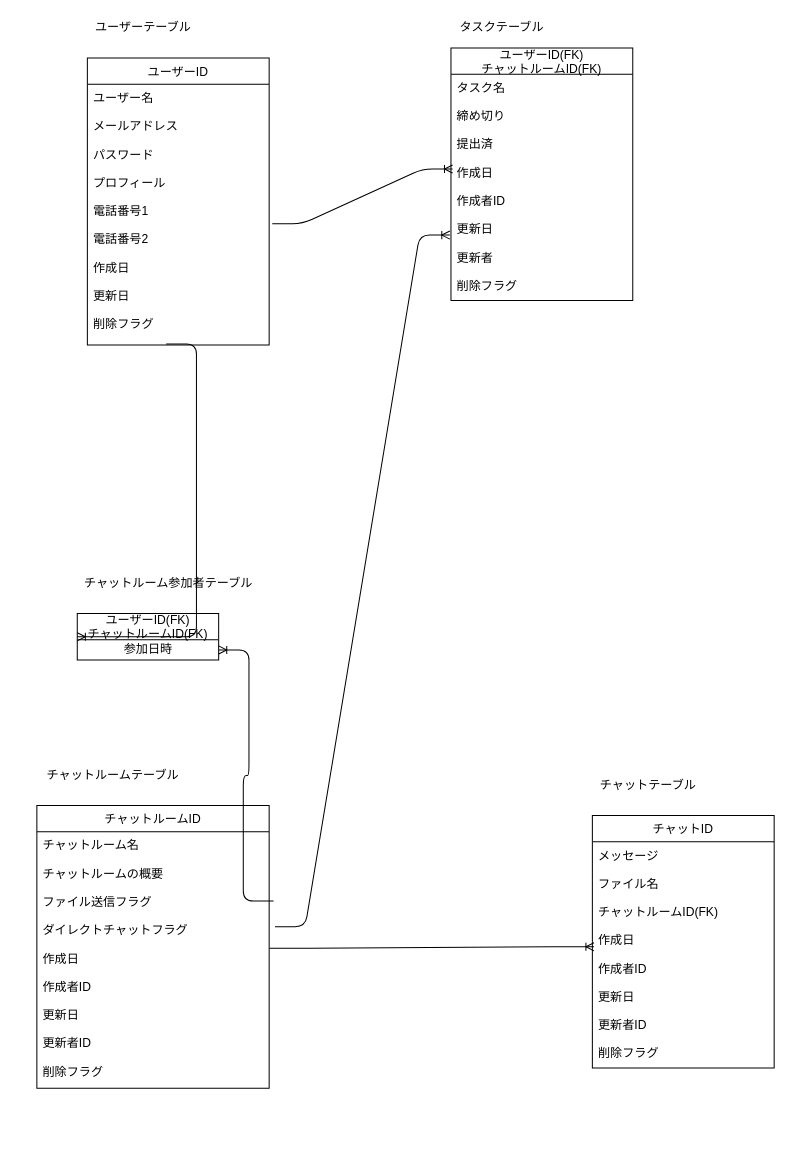
Earlier version of the draw.io diagram db/db-challenge1/challenge.dio (shootaa/quelcode-db). Source tidied: cells renumbered, new cells numbered last; positions are measured from the earlier drawing's top-left corner, leaving out a move shared by most shapes. Both pictures are drawn from the tidied source at 101%, with x=0, y=0 at pixel (36, 17).
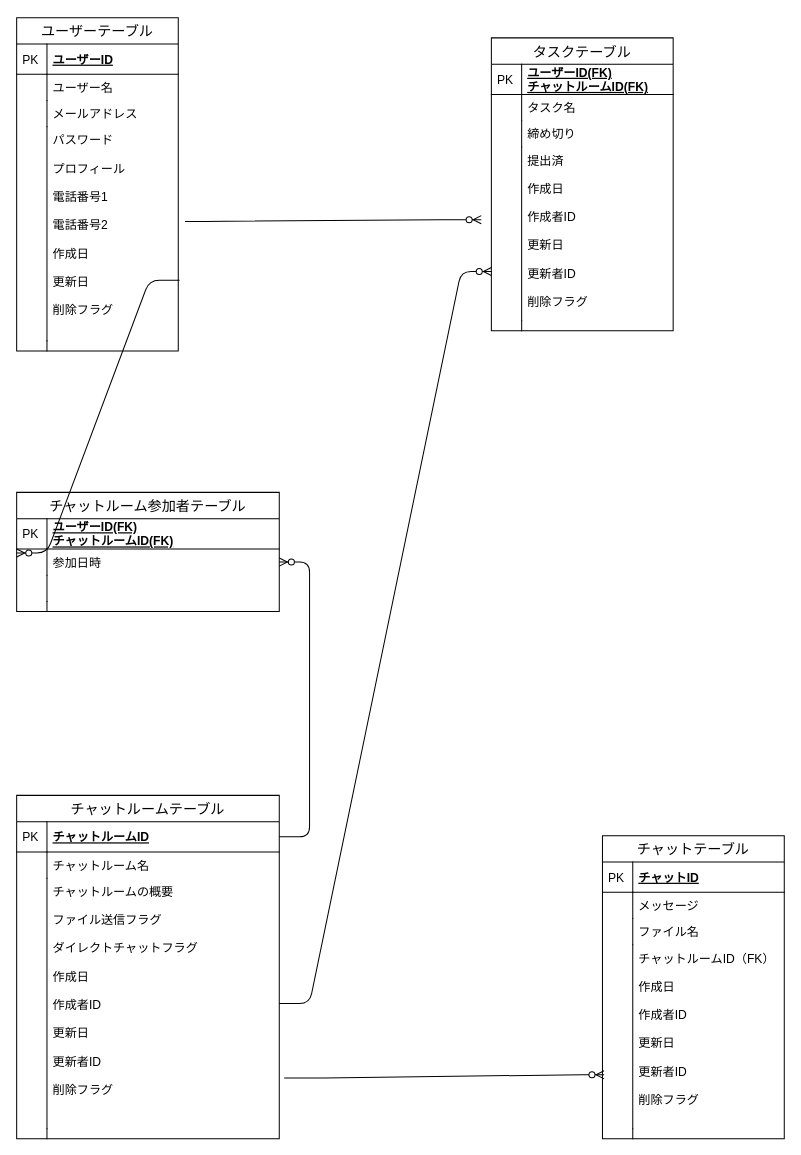
Above is the later version.

Diff of the diagram source:
```diff
@@
-    <mxCell id="2" value="ユーザーテーブル" style="text;html=1;align=center;verticalAlign=middle;" parent="1" vertex="1">
-      <mxGeometry x="50" width="110" height="20" as="geometry" />
+    <mxCell id="2" value="ユーザーテーブル" style="swimlane;fontStyle=0;horizontal=1;startSize=26;align=center;fontSize=14;" parent="1" vertex="1">
+      <mxGeometry x="-20" width="160" height="330" as="geometry" />
     </mxCell>
-    <mxCell id="3" value="ユーザーID" style="swimlane;fontStyle=0;horizontal=1;startSize=26;fillColor=none;" parent="1" vertex="1">
-      <mxGeometry x="50" y="40" width="180" height="284" as="geometry" />
+    <mxCell id="3" value="ユーザーID" style="shape=partialRectangle;top=0;left=0;right=0;bottom=1;align=left;verticalAlign=middle;fillColor=none;spacingLeft=34;spacingRight=4;overflow=hidden;fontStyle=5;fontSize=12;" parent="2" vertex="1">
+      <mxGeometry y="26" width="160" height="30" as="geometry" />
     </mxCell>
-    <mxCell id="4" value="ユーザー名&#10;&#10;メールアドレス&#10;&#10;パスワード&#10;&#10;プロフィール&#10;&#10;電話番号1&#10;&#10;電話番号2&#10;&#10;作成日&#10;&#10;更新日&#10;&#10;削除フラグ" style="text;strokeColor=none;fillColor=none;align=left;verticalAlign=top;spacingLeft=4;spacingRight=4;overflow=hidden;points=[[0,0.5],[1,0.5]];portConstraint=eastwest;" parent="3" vertex="1">
-      <mxGeometry y="26" width="180" height="258" as="geometry" />
-    </mxCell>
+    <mxCell id="22" value="PK" style="shape=partialRectangle;top=0;left=0;bottom=0;fillColor=none;align=left;verticalAlign=middle;spacingLeft=4;spacingRight=4;overflow=hidden;fontSize=12;" parent="3" vertex="1">
+      <mxGeometry width="30" height="30" as="geometry" />
+    </mxCell>
+    <mxCell id="23" value="ユーザー名&#10;" style="shape=partialRectangle;top=0;left=0;right=0;bottom=0;align=left;verticalAlign=top;fillColor=none;spacingLeft=34;spacingRight=4;overflow=hidden;fontSize=12;" parent="2" vertex="1">
+      <mxGeometry y="56" width="160" height="26" as="geometry" />
+    </mxCell>
+    <mxCell id="24" style="shape=partialRectangle;top=0;left=0;bottom=0;fillColor=none;align=left;verticalAlign=top;spacingLeft=4;spacingRight=4;overflow=hidden;fontSize=12;" parent="23" vertex="1">
+      <mxGeometry width="30" height="26" as="geometry" />
+    </mxCell>
+    <mxCell id="25" value="メールアドレス" style="shape=partialRectangle;top=0;left=0;right=0;bottom=0;align=left;verticalAlign=top;fillColor=none;spacingLeft=34;spacingRight=4;overflow=hidden;fontSize=12;" parent="2" vertex="1">
+      <mxGeometry y="82" width="160" height="26" as="geometry" />
+    </mxCell>
+    <mxCell id="26" style="shape=partialRectangle;top=0;left=0;bottom=0;fillColor=none;align=left;verticalAlign=top;spacingLeft=4;spacingRight=4;overflow=hidden;fontSize=12;" parent="25" vertex="1">
+      <mxGeometry width="30" height="26" as="geometry" />
+    </mxCell>
+    <mxCell id="27" value="パスワード&#10;&#10;プロフィール&#10;&#10;電話番号1&#10;&#10;電話番号2&#10;&#10;作成日&#10;&#10;更新日&#10;&#10;削除フラグ" style="shape=partialRectangle;top=0;left=0;right=0;bottom=0;align=left;verticalAlign=top;fillColor=none;spacingLeft=34;spacingRight=4;overflow=hidden;points=[[0,0.5],[1,0.5]];portConstraint=eastwest;fontSize=12;" parent="2" vertex="1">
+      <mxGeometry y="108" width="160" height="212" as="geometry" />
+    </mxCell>
+    <mxCell id="28" style="shape=partialRectangle;top=0;left=0;bottom=0;fillColor=none;align=left;verticalAlign=top;spacingLeft=4;spacingRight=4;overflow=hidden;fontSize=12;" parent="27" vertex="1">
+      <mxGeometry width="30" height="212" as="geometry" />
+    </mxCell>
+    <mxCell id="29" style="shape=partialRectangle;top=0;left=0;right=0;bottom=0;align=left;verticalAlign=top;fillColor=none;spacingLeft=34;spacingRight=4;overflow=hidden;fontSize=12;" parent="2" vertex="1">
+      <mxGeometry y="320" width="160" height="10" as="geometry" />
+    </mxCell>
+    <mxCell id="30" style="shape=partialRectangle;top=0;left=0;bottom=0;fillColor=none;align=left;verticalAlign=top;spacingLeft=4;spacingRight=4;overflow=hidden;fontSize=12;" parent="29" vertex="1">
+      <mxGeometry width="30" height="10" as="geometry" />
+    </mxCell>
-    <mxCell id="5" value="タスクテーブル" style="text;html=1;align=center;verticalAlign=middle;" parent="1" vertex="1">
-      <mxGeometry x="410" width="100" height="20" as="geometry" />
+    <mxCell id="5" value="タスクテーブル" style="swimlane;fontStyle=0;horizontal=1;startSize=26;align=center;fontSize=14;" parent="1" vertex="1">
+      <mxGeometry x="450" y="20" width="180" height="290" as="geometry" />
     </mxCell>
+    <mxCell id="31" value="ユーザーID(FK)&#10;チャットルームID(FK)" style="shape=partialRectangle;top=0;left=0;right=0;bottom=1;align=left;verticalAlign=middle;fillColor=none;spacingLeft=34;spacingRight=4;overflow=hidden;fontStyle=5;fontSize=12;" parent="5" vertex="1">
+      <mxGeometry y="26" width="180" height="30" as="geometry" />
+    </mxCell>
+    <mxCell id="32" value="PK" style="shape=partialRectangle;top=0;left=0;bottom=0;fillColor=none;align=left;verticalAlign=middle;spacingLeft=4;spacingRight=4;overflow=hidden;fontSize=12;" parent="31" vertex="1">
+      <mxGeometry width="30" height="30" as="geometry" />
+    </mxCell>
+    <mxCell id="33" value="タスク名&#10;&#10;" style="shape=partialRectangle;top=0;left=0;right=0;bottom=0;align=left;verticalAlign=top;fillColor=none;spacingLeft=34;spacingRight=4;overflow=hidden;fontSize=12;" parent="5" vertex="1">
+      <mxGeometry y="56" width="180" height="26" as="geometry" />
+    </mxCell>
+    <mxCell id="34" style="shape=partialRectangle;top=0;left=0;bottom=0;fillColor=none;align=left;verticalAlign=top;spacingLeft=4;spacingRight=4;overflow=hidden;fontSize=12;" parent="33" vertex="1">
+      <mxGeometry width="30" height="26" as="geometry" />
+    </mxCell>
+    <mxCell id="35" value="締め切り" style="shape=partialRectangle;top=0;left=0;right=0;bottom=0;align=left;verticalAlign=top;fillColor=none;spacingLeft=34;spacingRight=4;overflow=hidden;fontSize=12;" parent="5" vertex="1">
+      <mxGeometry y="82" width="180" height="26" as="geometry" />
+    </mxCell>
+    <mxCell id="36" style="shape=partialRectangle;top=0;left=0;bottom=0;fillColor=none;align=left;verticalAlign=top;spacingLeft=4;spacingRight=4;overflow=hidden;fontSize=12;" parent="35" vertex="1">
+      <mxGeometry width="30" height="26" as="geometry" />
+    </mxCell>
+    <mxCell id="37" value="提出済&#10;&#10;作成日&#10;&#10;作成者ID&#10;&#10;更新日&#10;&#10;更新者ID&#10;&#10;削除フラグ" style="shape=partialRectangle;top=0;left=0;right=0;bottom=0;align=left;verticalAlign=top;fillColor=none;spacingLeft=34;spacingRight=4;overflow=hidden;fontSize=12;" parent="5" vertex="1">
+      <mxGeometry y="108" width="180" height="172" as="geometry" />
+    </mxCell>
+    <mxCell id="38" style="shape=partialRectangle;top=0;left=0;bottom=0;fillColor=none;align=left;verticalAlign=top;spacingLeft=4;spacingRight=4;overflow=hidden;fontSize=12;" parent="37" vertex="1">
+      <mxGeometry width="30" height="172" as="geometry" />
+    </mxCell>
+    <mxCell id="39" style="shape=partialRectangle;top=0;left=0;right=0;bottom=0;align=left;verticalAlign=top;fillColor=none;spacingLeft=34;spacingRight=4;overflow=hidden;fontSize=12;" parent="5" vertex="1">
+      <mxGeometry y="280" width="180" height="10" as="geometry" />
+    </mxCell>
+    <mxCell id="40" style="shape=partialRectangle;top=0;left=0;bottom=0;fillColor=none;align=left;verticalAlign=top;spacingLeft=4;spacingRight=4;overflow=hidden;fontSize=12;" parent="39" vertex="1">
+      <mxGeometry width="30" height="10" as="geometry" />
+    </mxCell>
+    <mxCell id="41" style="edgeStyle=entityRelationEdgeStyle;fontSize=12;html=1;endArrow=ERzeroToMany;endFill=1;exitX=1.042;exitY=0.442;exitDx=0;exitDy=0;exitPerimeter=0;" parent="1" edge="1" source="27">
+      <mxGeometry relative="1" as="geometry">
+        <mxPoint x="440" y="200" as="targetPoint" />
+      </mxGeometry>
+    </mxCell>
+    <mxCell id="42" style="edgeStyle=entityRelationEdgeStyle;fontSize=12;html=1;endArrow=ERzeroToMany;endFill=1;exitX=1;exitY=0.5;exitDx=0;exitDy=0;" parent="1" edge="1" source="56">
+      <mxGeometry relative="1" as="geometry">
+        <mxPoint x="450" y="251.3" as="targetPoint" />
+      </mxGeometry>
+    </mxCell>
+    <mxCell id="43" style="edgeStyle=entityRelationEdgeStyle;fontSize=12;html=1;endArrow=ERzeroToMany;endFill=1;entryX=0.009;entryY=0.707;entryDx=0;entryDy=0;entryPerimeter=0;exitX=1.019;exitY=0.798;exitDx=0;exitDy=0;exitPerimeter=0;" parent="1" edge="1" source="56" target="65">
+      <mxGeometry relative="1" as="geometry" />
+    </mxCell>
+    <mxCell id="20" value="チャットルーム参加者テーブル" style="swimlane;fontStyle=0;horizontal=1;startSize=26;align=center;fontSize=14;" parent="1" vertex="1">
+      <mxGeometry x="-20" y="470" width="260" height="118" as="geometry" />
+    </mxCell>
+    <mxCell id="44" value="ユーザーID(FK)&#10;チャットルームID(FK)" style="shape=partialRectangle;top=0;left=0;right=0;bottom=1;align=left;verticalAlign=middle;fillColor=none;spacingLeft=34;spacingRight=4;overflow=hidden;fontStyle=5;fontSize=12;" parent="20" vertex="1">
+      <mxGeometry y="26" width="260" height="30" as="geometry" />
+    </mxCell>
+    <mxCell id="45" value="PK" style="shape=partialRectangle;top=0;left=0;bottom=0;fillColor=none;align=left;verticalAlign=middle;spacingLeft=4;spacingRight=4;overflow=hidden;fontSize=12;" parent="44" vertex="1">
+      <mxGeometry width="30" height="30" as="geometry" />
+    </mxCell>
+    <mxCell id="17" value="参加日時&#10;" style="shape=partialRectangle;top=0;left=0;right=0;bottom=0;align=left;verticalAlign=top;fillColor=none;spacingLeft=34;spacingRight=4;overflow=hidden;points=[[0,0.5],[1,0.5]];portConstraint=eastwest;fontSize=12;" parent="20" vertex="1">
+      <mxGeometry y="56" width="260" height="26" as="geometry" />
+    </mxCell>
+    <mxCell id="46" style="shape=partialRectangle;top=0;left=0;bottom=0;fillColor=none;align=left;verticalAlign=top;spacingLeft=4;spacingRight=4;overflow=hidden;fontSize=12;" parent="17" vertex="1">
+      <mxGeometry width="30" height="26" as="geometry" />
+    </mxCell>
+    <mxCell id="47" style="shape=partialRectangle;top=0;left=0;right=0;bottom=0;align=left;verticalAlign=top;fillColor=none;spacingLeft=34;spacingRight=4;overflow=hidden;fontSize=12;" parent="20" vertex="1">
+      <mxGeometry y="82" width="260" height="26" as="geometry" />
+    </mxCell>
+    <mxCell id="48" style="shape=partialRectangle;top=0;left=0;bottom=0;fillColor=none;align=left;verticalAlign=top;spacingLeft=4;spacingRight=4;overflow=hidden;fontSize=12;" parent="47" vertex="1">
+      <mxGeometry width="30" height="26" as="geometry" />
+    </mxCell>
+    <mxCell id="49" style="shape=partialRectangle;top=0;left=0;right=0;bottom=0;align=left;verticalAlign=top;fillColor=none;spacingLeft=34;spacingRight=4;overflow=hidden;fontSize=12;" parent="20" vertex="1">
+      <mxGeometry y="108" width="260" height="10" as="geometry" />
+    </mxCell>
+    <mxCell id="50" style="shape=partialRectangle;top=0;left=0;bottom=0;fillColor=none;align=left;verticalAlign=top;spacingLeft=4;spacingRight=4;overflow=hidden;fontSize=12;" parent="49" vertex="1">
+      <mxGeometry width="30" height="10" as="geometry" />
+    </mxCell>
+    <mxCell id="51" style="edgeStyle=entityRelationEdgeStyle;fontSize=12;html=1;endArrow=ERzeroToMany;endFill=1;exitX=1.008;exitY=0.717;exitDx=0;exitDy=0;exitPerimeter=0;entryX=0;entryY=0.154;entryDx=0;entryDy=0;entryPerimeter=0;" parent="1" edge="1" source="27" target="17">
+      <mxGeometry relative="1" as="geometry" />
+    </mxCell>
+    <mxCell id="52" style="edgeStyle=entityRelationEdgeStyle;fontSize=12;html=1;endArrow=ERzeroToMany;endFill=1;exitX=1;exitY=0.5;exitDx=0;exitDy=0;" parent="1" edge="1" source="13" target="17">
+      <mxGeometry relative="1" as="geometry" />
+    </mxCell>
+    <mxCell id="7" value="チャットルームテーブル" style="swimlane;fontStyle=0;horizontal=1;startSize=26;align=center;fontSize=14;" parent="1" vertex="1">
+      <mxGeometry x="-20" y="770" width="260" height="340" as="geometry" />
+    </mxCell>
+    <mxCell id="13" value="チャットルームID" style="shape=partialRectangle;top=0;left=0;right=0;bottom=1;align=left;verticalAlign=middle;fillColor=none;spacingLeft=34;spacingRight=4;overflow=hidden;points=[[0,0.5],[1,0.5]];portConstraint=eastwest;fontStyle=5;fontSize=12;" parent="7" vertex="1">
+      <mxGeometry y="26" width="260" height="30" as="geometry" />
+    </mxCell>
+    <mxCell id="53" value="PK" style="shape=partialRectangle;top=0;left=0;bottom=0;fillColor=none;align=left;verticalAlign=middle;spacingLeft=4;spacingRight=4;overflow=hidden;fontSize=12;" parent="13" vertex="1">
+      <mxGeometry width="30" height="30" as="geometry" />
+    </mxCell>
+    <mxCell id="54" value="チャットルーム名&#10;" style="shape=partialRectangle;top=0;left=0;right=0;bottom=0;align=left;verticalAlign=top;fillColor=none;spacingLeft=34;spacingRight=4;overflow=hidden;fontSize=12;" parent="7" vertex="1">
+      <mxGeometry y="56" width="260" height="26" as="geometry" />
+    </mxCell>
+    <mxCell id="55" style="shape=partialRectangle;top=0;left=0;bottom=0;fillColor=none;align=left;verticalAlign=top;spacingLeft=4;spacingRight=4;overflow=hidden;fontSize=12;" parent="54" vertex="1">
+      <mxGeometry width="30" height="26" as="geometry" />
+    </mxCell>
+    <mxCell id="56" value="チャットルームの概要&#10;&#10;ファイル送信フラグ&#10;&#10;ダイレクトチャットフラグ&#10;&#10;作成日&#10;&#10;作成者ID&#10;&#10;更新日&#10;&#10;更新者ID&#10;&#10;削除フラグ" style="shape=partialRectangle;top=0;left=0;right=0;bottom=0;align=left;verticalAlign=top;fillColor=none;spacingLeft=34;spacingRight=4;overflow=hidden;points=[[0,0.5],[1,0.5]];portConstraint=eastwest;fontSize=12;" parent="7" vertex="1">
+      <mxGeometry y="82" width="260" height="248" as="geometry" />
+    </mxCell>
+    <mxCell id="57" style="shape=partialRectangle;top=0;left=0;bottom=0;fillColor=none;align=left;verticalAlign=top;spacingLeft=4;spacingRight=4;overflow=hidden;fontSize=12;" parent="56" vertex="1">
+      <mxGeometry width="30" height="248" as="geometry" />
+    </mxCell>
+    <mxCell id="58" style="shape=partialRectangle;top=0;left=0;right=0;bottom=0;align=left;verticalAlign=top;fillColor=none;spacingLeft=34;spacingRight=4;overflow=hidden;fontSize=12;" parent="7" vertex="1">
+      <mxGeometry y="330" width="260" height="10" as="geometry" />
+    </mxCell>
+    <mxCell id="59" style="shape=partialRectangle;top=0;left=0;bottom=0;fillColor=none;align=left;verticalAlign=top;spacingLeft=4;spacingRight=4;overflow=hidden;fontSize=12;" parent="58" vertex="1">
+      <mxGeometry width="30" height="10" as="geometry" />
+    </mxCell>
-    <mxCell id="6" value="チャットテーブル" style="text;html=1;align=center;verticalAlign=middle;" parent="1" vertex="1">
-      <mxGeometry x="550" y="750" width="110" height="20" as="geometry" />
+    <mxCell id="6" value="チャットテーブル" style="swimlane;fontStyle=0;horizontal=1;startSize=26;align=center;fontSize=14;" parent="1" vertex="1">
+      <mxGeometry x="560" y="810" width="180" height="300" as="geometry" />
     </mxCell>
-    <mxCell id="7" value="チャットルームテーブル" style="text;html=1;align=center;verticalAlign=middle;rotation=0;" parent="1" vertex="1">
-      <mxGeometry y="740" width="150" height="20" as="geometry" />
-    </mxCell>
-    <mxCell id="8" style="edgeStyle=entityRelationEdgeStyle;fontSize=12;html=1;endArrow=ERoneToMany;entryX=0.009;entryY=0.419;entryDx=0;entryDy=0;entryPerimeter=0;exitX=1.017;exitY=0.535;exitDx=0;exitDy=0;exitPerimeter=0;" parent="1" edge="1" source="4" target="11">
-      <mxGeometry relative="1" as="geometry" />
-    </mxCell>
-    <mxCell id="9" style="edgeStyle=entityRelationEdgeStyle;fontSize=12;html=1;endArrow=ERoneToMany;exitX=1.001;exitY=0.454;exitDx=0;exitDy=0;entryX=0.009;entryY=0.464;entryDx=0;entryDy=0;exitPerimeter=0;entryPerimeter=0;" parent="1" edge="1" source="14" target="19">
-      <mxGeometry relative="1" as="geometry" />
-    </mxCell>
-    <mxCell id="10" value="ユーザーID(FK)&#10;チャットルームID(FK)" style="swimlane;fontStyle=0;horizontal=1;startSize=26;fillColor=none;align=center;" parent="1" vertex="1">
-      <mxGeometry x="410" y="30" width="180" height="250" as="geometry" />
-    </mxCell>
-    <mxCell id="11" value="タスク名&#10;&#10;締め切り&#10;&#10;提出済&#10;&#10;作成日&#10;&#10;作成者ID&#10;&#10;更新日&#10;&#10;更新者&#10;&#10;削除フラグ" style="text;strokeColor=none;fillColor=none;align=left;verticalAlign=top;spacingLeft=4;spacingRight=4;overflow=hidden;points=[[0,0.5],[1,0.5]];portConstraint=eastwest;" parent="10" vertex="1">
-      <mxGeometry y="26" width="180" height="224" as="geometry" />
-    </mxCell>
-    <mxCell id="12" style="edgeStyle=entityRelationEdgeStyle;fontSize=12;html=1;endArrow=ERoneToMany;entryX=0;entryY=0.5;entryDx=0;entryDy=0;" parent="1" edge="1" target="16">
-      <mxGeometry relative="1" as="geometry">
-        <mxPoint x="128" y="323" as="sourcePoint" />
-      </mxGeometry>
-    </mxCell>
-    <mxCell id="13" value="チャットルームID" style="swimlane;fontStyle=0;horizontal=1;startSize=26;fillColor=none;align=center;" parent="1" vertex="1">
-      <mxGeometry y="780" width="230" height="280" as="geometry" />
-    </mxCell>
-    <mxCell id="14" value="チャットルーム名&#10;&#10;チャットルームの概要&#10;&#10;ファイル送信フラグ&#10;&#10;ダイレクトチャットフラグ&#10;&#10;作成日&#10;&#10;作成者ID&#10;&#10;更新日&#10;&#10;更新者ID&#10;&#10;削除フラグ&#10;&#10;" style="text;strokeColor=none;fillColor=none;align=left;verticalAlign=top;spacingLeft=4;spacingRight=4;overflow=hidden;points=[[0,0.5],[1,0.5]];portConstraint=eastwest;" parent="13" vertex="1">
-      <mxGeometry y="26" width="230" height="254" as="geometry" />
-    </mxCell>
-    <mxCell id="15" style="edgeStyle=entityRelationEdgeStyle;fontSize=12;html=1;endArrow=ERoneToMany;exitX=1.019;exitY=0.27;exitDx=0;exitDy=0;exitPerimeter=0;" parent="1" edge="1" source="14" target="17">
-      <mxGeometry relative="1" as="geometry" />
-    </mxCell>
-    <mxCell id="16" value="ユーザーID(FK)&#10;チャットルームID(FK)" style="swimlane;fontStyle=0;horizontal=1;startSize=26;fillColor=none;" parent="1" vertex="1">
-      <mxGeometry x="40" y="590" width="140" height="46" as="geometry" />
-    </mxCell>
-    <mxCell id="17" value="参加日時" style="text;html=1;align=center;verticalAlign=middle;points=[];" parent="16" vertex="1">
-      <mxGeometry y="26" width="140" height="20" as="geometry" />
-    </mxCell>
-    <mxCell id="18" value="チャットID" style="swimlane;fontStyle=0;horizontal=1;startSize=26;fillColor=none;align=center;" parent="1" vertex="1">
-      <mxGeometry x="550" y="790" width="180" height="250" as="geometry" />
+    <mxCell id="18" value="チャットID" style="shape=partialRectangle;top=0;left=0;right=0;bottom=1;align=left;verticalAlign=middle;fillColor=none;spacingLeft=34;spacingRight=4;overflow=hidden;fontStyle=5;fontSize=12;" parent="6" vertex="1">
+      <mxGeometry y="26" width="180" height="30" as="geometry" />
     </mxCell>
-    <mxCell id="19" value="メッセージ&#10;&#10;ファイル名&#10;&#10;チャットルームID(FK)&#10;&#10;作成日&#10;&#10;作成者ID&#10;&#10;更新日&#10;&#10;更新者ID&#10;&#10;削除フラグ" style="text;strokeColor=none;fillColor=none;align=left;verticalAlign=top;spacingLeft=4;spacingRight=4;overflow=hidden;points=[[0,0.5],[1,0.5]];portConstraint=eastwest;" parent="18" vertex="1">
-      <mxGeometry y="26" width="180" height="224" as="geometry" />
-    </mxCell>
-    <mxCell id="20" value="チャットルーム参加者テーブル" style="text;html=1;align=center;verticalAlign=middle;" parent="1" vertex="1">
-      <mxGeometry x="40" y="550" width="180" height="20" as="geometry" />
-    </mxCell>
-    <mxCell id="21" style="edgeStyle=entityRelationEdgeStyle;fontSize=12;html=1;endArrow=ERoneToMany;exitX=1.025;exitY=0.37;exitDx=0;exitDy=0;exitPerimeter=0;entryX=-0.006;entryY=0.711;entryDx=0;entryDy=0;entryPerimeter=0;" parent="1" edge="1" source="14" target="11">
-      <mxGeometry relative="1" as="geometry" />
-    </mxCell>
+    <mxCell id="60" value="PK" style="shape=partialRectangle;top=0;left=0;bottom=0;fillColor=none;align=left;verticalAlign=middle;spacingLeft=4;spacingRight=4;overflow=hidden;fontSize=12;" parent="18" vertex="1">
+      <mxGeometry width="30" height="30" as="geometry" />
+    </mxCell>
+    <mxCell id="61" value="メッセージ&#10;" style="shape=partialRectangle;top=0;left=0;right=0;bottom=0;align=left;verticalAlign=top;fillColor=none;spacingLeft=34;spacingRight=4;overflow=hidden;fontSize=12;" parent="6" vertex="1">
+      <mxGeometry y="56" width="180" height="26" as="geometry" />
+    </mxCell>
+    <mxCell id="62" style="shape=partialRectangle;top=0;left=0;bottom=0;fillColor=none;align=left;verticalAlign=top;spacingLeft=4;spacingRight=4;overflow=hidden;fontSize=12;" parent="61" vertex="1">
+      <mxGeometry width="30" height="26" as="geometry" />
+    </mxCell>
+    <mxCell id="63" value="ファイル名&#10;" style="shape=partialRectangle;top=0;left=0;right=0;bottom=0;align=left;verticalAlign=top;fillColor=none;spacingLeft=34;spacingRight=4;overflow=hidden;fontSize=12;" parent="6" vertex="1">
+      <mxGeometry y="82" width="180" height="26" as="geometry" />
+    </mxCell>
+    <mxCell id="64" style="shape=partialRectangle;top=0;left=0;bottom=0;fillColor=none;align=left;verticalAlign=top;spacingLeft=4;spacingRight=4;overflow=hidden;fontSize=12;" parent="63" vertex="1">
+      <mxGeometry width="30" height="26" as="geometry" />
+    </mxCell>
+    <mxCell id="65" value="チャットルームID（FK）&#10;&#10;作成日&#10;&#10;作成者ID&#10;&#10;更新日&#10;&#10;更新者ID&#10;&#10;削除フラグ" style="shape=partialRectangle;top=0;left=0;right=0;bottom=0;align=left;verticalAlign=top;fillColor=none;spacingLeft=34;spacingRight=4;overflow=hidden;points=[[0,0.5],[1,0.5]];portConstraint=eastwest;fontSize=12;" parent="6" vertex="1">
+      <mxGeometry y="108" width="180" height="182" as="geometry" />
+    </mxCell>
+    <mxCell id="66" style="shape=partialRectangle;top=0;left=0;bottom=0;fillColor=none;align=left;verticalAlign=top;spacingLeft=4;spacingRight=4;overflow=hidden;fontSize=12;" parent="65" vertex="1">
+      <mxGeometry width="30" height="182" as="geometry" />
+    </mxCell>
+    <mxCell id="67" style="shape=partialRectangle;top=0;left=0;right=0;bottom=0;align=left;verticalAlign=top;fillColor=none;spacingLeft=34;spacingRight=4;overflow=hidden;fontSize=12;" parent="6" vertex="1">
+      <mxGeometry y="290" width="180" height="10" as="geometry" />
+    </mxCell>
+    <mxCell id="68" style="shape=partialRectangle;top=0;left=0;bottom=0;fillColor=none;align=left;verticalAlign=top;spacingLeft=4;spacingRight=4;overflow=hidden;fontSize=12;" parent="67" vertex="1">
+      <mxGeometry width="30" height="10" as="geometry" />
+    </mxCell>
```
